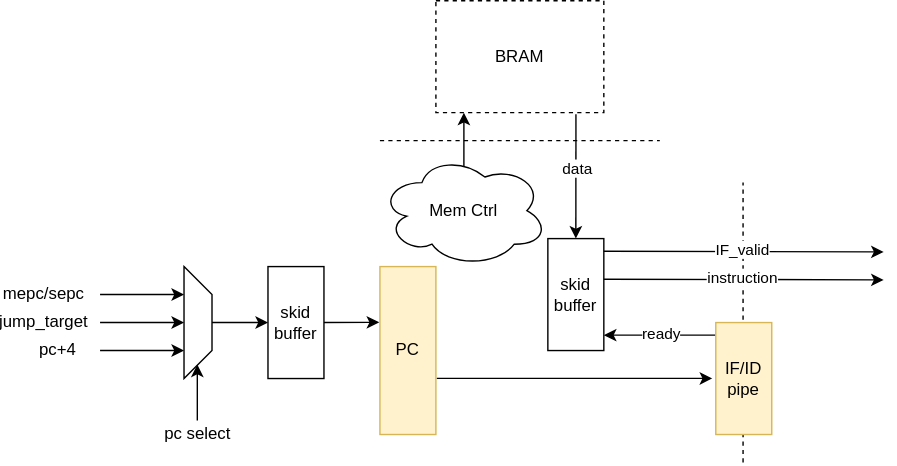
The draw.io diagram docs/cpu/assets/cpu/IF.drawio.svg in feipenghhq/TinyLinuxRV, before a commit. Source tidied: cells renumbered, new cells last; positions are measured from the earlier drawing's top-left corner, leaving out a move shared by most shapes. Its diagram source:
```xml
<mxGraphModel>
  <root>
    <mxCell id="0" />
    <mxCell id="1" parent="0" />
    <mxCell id="2" style="endArrow=none;dashed=1;html=1;" parent="1" edge="1">
      <mxGeometry relative="1" as="geometry">
        <mxPoint x="529.5" y="330" as="sourcePoint" />
        <mxPoint x="529.5" y="130" as="targetPoint" />
      </mxGeometry>
    </mxCell>
    <mxCell id="3" value="PC" style="rounded=0;whiteSpace=wrap;html=1;fillColor=#fff2cc;strokeColor=#d6b656;" parent="1" vertex="1">
      <mxGeometry x="270" y="190" width="40" height="120" as="geometry" />
    </mxCell>
    <mxCell id="4" style="shape=trapezoid;perimeter=trapezoidPerimeter;whiteSpace=wrap;html=1;shapeInside=1;fixedSize=1;rotation=90;" parent="1" vertex="1">
      <mxGeometry x="100" y="220" width="80" height="20" as="geometry" />
    </mxCell>
    <mxCell id="5" style="endArrow=classic;html=1;" parent="1" edge="1">
      <mxGeometry relative="1" as="geometry">
        <mxPoint x="70" y="210" as="sourcePoint" />
        <mxPoint x="130" y="210" as="targetPoint" />
      </mxGeometry>
    </mxCell>
    <mxCell id="6" style="endArrow=classic;html=1;" parent="1" edge="1">
      <mxGeometry relative="1" as="geometry">
        <mxPoint x="70" y="230" as="sourcePoint" />
        <mxPoint x="130" y="230" as="targetPoint" />
      </mxGeometry>
    </mxCell>
    <mxCell id="7" style="endArrow=classic;html=1;" parent="1" edge="1">
      <mxGeometry relative="1" as="geometry">
        <mxPoint x="70" y="250" as="sourcePoint" />
        <mxPoint x="130" y="250" as="targetPoint" />
      </mxGeometry>
    </mxCell>
    <mxCell id="8" value="pc+4" style="text;html=1;whiteSpace=wrap;strokeColor=none;fillColor=none;align=center;verticalAlign=middle;rounded=0;" parent="1" vertex="1">
      <mxGeometry x="10" y="240" width="60" height="20" as="geometry" />
    </mxCell>
    <mxCell id="9" value="jump_target" style="text;html=1;whiteSpace=wrap;strokeColor=none;fillColor=none;align=center;verticalAlign=middle;rounded=0;" parent="1" vertex="1">
      <mxGeometry y="220" width="60" height="20" as="geometry" />
    </mxCell>
    <mxCell id="10" value="mepc/sepc" style="text;html=1;whiteSpace=wrap;strokeColor=none;fillColor=none;align=center;verticalAlign=middle;rounded=0;" parent="1" vertex="1">
      <mxGeometry y="200" width="60" height="20" as="geometry" />
    </mxCell>
    <mxCell id="11" style="endArrow=classic;html=1;" parent="1" edge="1">
      <mxGeometry relative="1" as="geometry">
        <mxPoint x="139.5" y="300" as="sourcePoint" />
        <mxPoint x="139.5" y="260" as="targetPoint" />
      </mxGeometry>
    </mxCell>
    <mxCell id="12" value="pc select" style="text;html=1;whiteSpace=wrap;strokeColor=none;fillColor=none;align=center;verticalAlign=middle;rounded=0;" parent="1" vertex="1">
      <mxGeometry x="110" y="300" width="60" height="20" as="geometry" />
    </mxCell>
    <mxCell id="13" value="skid buffer" style="rounded=0;whiteSpace=wrap;html=1;" parent="1" vertex="1">
      <mxGeometry x="390" y="170" width="40" height="80" as="geometry" />
    </mxCell>
    <mxCell id="14" style="endArrow=classic;html=1;endFill=1;" parent="1" edge="1">
      <mxGeometry relative="1" as="geometry">
        <mxPoint x="510" y="239" as="sourcePoint" />
        <mxPoint x="430" y="239" as="targetPoint" />
      </mxGeometry>
    </mxCell>
    <mxCell id="15" value="ready" style="edgeLabel;html=1;align=center;verticalAlign=middle;" parent="14" vertex="1">
      <mxGeometry x="0.72" y="-2" relative="1" as="geometry">
        <mxPoint x="29" as="offset" />
      </mxGeometry>
    </mxCell>
    <mxCell id="16" style="endArrow=classic;html=1;" parent="1" edge="1">
      <mxGeometry relative="1" as="geometry">
        <mxPoint x="430" y="199" as="sourcePoint" />
        <mxPoint x="630" y="199.5" as="targetPoint" />
      </mxGeometry>
    </mxCell>
    <mxCell id="17" value="instruction" style="edgeLabel;html=1;align=center;verticalAlign=middle;" parent="16" vertex="1">
      <mxGeometry x="0.07" y="2" relative="1" as="geometry">
        <mxPoint x="-9" as="offset" />
      </mxGeometry>
    </mxCell>
    <mxCell id="18" style="endArrow=classic;html=1;" parent="1" edge="1">
      <mxGeometry relative="1" as="geometry">
        <mxPoint x="430" y="179" as="sourcePoint" />
        <mxPoint x="630" y="179.5" as="targetPoint" />
      </mxGeometry>
    </mxCell>
    <mxCell id="19" value="IF_valid" style="edgeLabel;html=1;align=center;verticalAlign=middle;" parent="18" vertex="1">
      <mxGeometry x="0.07" y="2" relative="1" as="geometry">
        <mxPoint x="-9" as="offset" />
      </mxGeometry>
    </mxCell>
    <mxCell id="20" value="IF/ID pipe" style="rounded=0;whiteSpace=wrap;html=1;fillColor=#fff2cc;strokeColor=#d6b656;" parent="1" vertex="1">
      <mxGeometry x="510" y="230" width="40" height="80" as="geometry" />
    </mxCell>
    <mxCell id="21" style="endArrow=classic;html=1;exitX=1.017;exitY=0.666;exitDx=0;exitDy=0;exitPerimeter=0;" parent="1" edge="1" source="3">
      <mxGeometry relative="1" as="geometry">
        <mxPoint x="507.5" y="269.9" as="targetPoint" />
      </mxGeometry>
    </mxCell>
    <mxCell id="22" style="endArrow=classic;html=1;" parent="1" edge="1">
      <mxGeometry relative="1" as="geometry">
        <mxPoint x="330" y="130" as="sourcePoint" />
        <mxPoint x="330" y="80" as="targetPoint" />
      </mxGeometry>
    </mxCell>
    <mxCell id="23" value="BRAM" style="rounded=0;whiteSpace=wrap;html=1;dashed=1;" parent="1" vertex="1">
      <mxGeometry x="310" width="120" height="80" as="geometry" />
    </mxCell>
    <mxCell id="24" style="endArrow=classic;html=1;entryX=0.5;entryY=0;entryDx=0;entryDy=0;exitX=0.834;exitY=1.014;exitDx=0;exitDy=0;exitPerimeter=0;" parent="1" edge="1" source="23" target="13">
      <mxGeometry relative="1" as="geometry" />
    </mxCell>
    <mxCell id="25" value="data" style="edgeLabel;html=1;align=center;verticalAlign=middle;" parent="24" vertex="1">
      <mxGeometry x="0.1" relative="1" as="geometry">
        <mxPoint y="-11" as="offset" />
      </mxGeometry>
    </mxCell>
    <mxCell id="26" style="endArrow=none;dashed=1;html=1;" parent="1" edge="1">
      <mxGeometry relative="1" as="geometry">
        <mxPoint x="270" y="100" as="sourcePoint" />
        <mxPoint x="470" y="100" as="targetPoint" />
      </mxGeometry>
    </mxCell>
    <mxCell id="27" value="skid buffer" style="rounded=0;whiteSpace=wrap;html=1;" parent="1" vertex="1">
      <mxGeometry x="190" y="190" width="40" height="80" as="geometry" />
    </mxCell>
    <mxCell id="28" style="edgeStyle=none;html=1;" parent="1" edge="1" source="4" target="27">
      <mxGeometry relative="1" as="geometry" />
    </mxCell>
    <mxCell id="29" style="edgeStyle=none;html=1;entryX=-0.012;entryY=0.332;entryDx=0;entryDy=0;entryPerimeter=0;" parent="1" edge="1" source="27" target="3">
      <mxGeometry relative="1" as="geometry" />
    </mxCell>
    <mxCell id="30" value="Mem Ctrl" style="ellipse;shape=cloud;whiteSpace=wrap;html=1;" parent="1" vertex="1">
      <mxGeometry x="270" y="110" width="120" height="80" as="geometry" />
    </mxCell>
  </root>
</mxGraphModel>
```
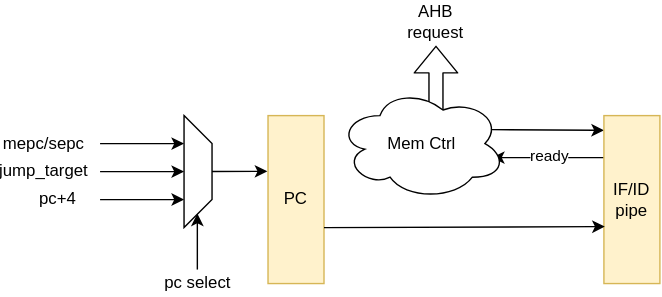
Later version of the same file.

Diff of the diagram source:
```diff
@@ -2,14 +2,14 @@
   <root>
     <mxCell id="0" />
     <mxCell id="1" parent="0" />
-    <mxCell id="2" style="endArrow=none;dashed=1;html=1;" parent="1" edge="1">
-      <mxGeometry relative="1" as="geometry">
-        <mxPoint x="529.5" y="330" as="sourcePoint" />
-        <mxPoint x="529.5" y="130" as="targetPoint" />
-      </mxGeometry>
-    </mxCell>
+    <mxCell id="31" style="shape=flexArrow;endArrow=classic;html=1;" parent="1" edge="1">
+      <mxGeometry relative="1" as="geometry">
+        <mxPoint x="310" y="190" as="sourcePoint" />
+        <mxPoint x="310" y="140" as="targetPoint" />
+      </mxGeometry>
+    </mxCell>
     <mxCell id="3" value="PC" style="rounded=0;whiteSpace=wrap;html=1;fillColor=#fff2cc;strokeColor=#d6b656;" parent="1" vertex="1">
-      <mxGeometry x="270" y="190" width="40" height="120" as="geometry" />
+      <mxGeometry x="190" y="190" width="40" height="120" as="geometry" />
     </mxCell>
     <mxCell id="4" style="shape=trapezoid;perimeter=trapezoidPerimeter;whiteSpace=wrap;html=1;shapeInside=1;fixedSize=1;rotation=90;" parent="1" vertex="1">
       <mxGeometry x="100" y="220" width="80" height="20" as="geometry" />
@@ -50,13 +50,9 @@
     <mxCell id="12" value="pc select" style="text;html=1;whiteSpace=wrap;strokeColor=none;fillColor=none;align=center;verticalAlign=middle;rounded=0;" parent="1" vertex="1">
       <mxGeometry x="110" y="300" width="60" height="20" as="geometry" />
     </mxCell>
-    <mxCell id="13" value="skid buffer" style="rounded=0;whiteSpace=wrap;html=1;" parent="1" vertex="1">
-      <mxGeometry x="390" y="170" width="40" height="80" as="geometry" />
-    </mxCell>
-    <mxCell id="14" style="endArrow=classic;html=1;endFill=1;" parent="1" edge="1">
+    <mxCell id="14" style="endArrow=classic;html=1;endFill=1;exitX=0;exitY=0.25;exitDx=0;exitDy=0;" parent="1" edge="1" source="20">
       <mxGeometry relative="1" as="geometry">
-        <mxPoint x="510" y="239" as="sourcePoint" />
-        <mxPoint x="430" y="239" as="targetPoint" />
+        <mxPoint x="350" y="220" as="targetPoint" />
       </mxGeometry>
     </mxCell>
     <mxCell id="15" value="ready" style="edgeLabel;html=1;align=center;verticalAlign=middle;" parent="14" vertex="1">
@@ -64,70 +60,30 @@
         <mxPoint x="29" as="offset" />
       </mxGeometry>
     </mxCell>
-    <mxCell id="16" style="endArrow=classic;html=1;" parent="1" edge="1">
-      <mxGeometry relative="1" as="geometry">
-        <mxPoint x="430" y="199" as="sourcePoint" />
-        <mxPoint x="630" y="199.5" as="targetPoint" />
-      </mxGeometry>
-    </mxCell>
-    <mxCell id="17" value="instruction" style="edgeLabel;html=1;align=center;verticalAlign=middle;" parent="16" vertex="1">
-      <mxGeometry x="0.07" y="2" relative="1" as="geometry">
-        <mxPoint x="-9" as="offset" />
-      </mxGeometry>
-    </mxCell>
     <mxCell id="18" style="endArrow=classic;html=1;" parent="1" edge="1">
       <mxGeometry relative="1" as="geometry">
-        <mxPoint x="430" y="179" as="sourcePoint" />
-        <mxPoint x="630" y="179.5" as="targetPoint" />
+        <mxPoint x="350" y="200" as="sourcePoint" />
+        <mxPoint x="430" y="200.5" as="targetPoint" />
       </mxGeometry>
     </mxCell>
-    <mxCell id="19" value="IF_valid" style="edgeLabel;html=1;align=center;verticalAlign=middle;" parent="18" vertex="1">
-      <mxGeometry x="0.07" y="2" relative="1" as="geometry">
-        <mxPoint x="-9" as="offset" />
-      </mxGeometry>
-    </mxCell>
     <mxCell id="20" value="IF/ID pipe" style="rounded=0;whiteSpace=wrap;html=1;fillColor=#fff2cc;strokeColor=#d6b656;" parent="1" vertex="1">
-      <mxGeometry x="510" y="230" width="40" height="80" as="geometry" />
+      <mxGeometry x="430" y="190" width="40" height="120" as="geometry" />
     </mxCell>
-    <mxCell id="21" style="endArrow=classic;html=1;exitX=1.017;exitY=0.666;exitDx=0;exitDy=0;exitPerimeter=0;" parent="1" edge="1" source="3">
-      <mxGeometry relative="1" as="geometry">
-        <mxPoint x="507.5" y="269.9" as="targetPoint" />
-      </mxGeometry>
-    </mxCell>
-    <mxCell id="22" style="endArrow=classic;html=1;" parent="1" edge="1">
-      <mxGeometry relative="1" as="geometry">
-        <mxPoint x="330" y="130" as="sourcePoint" />
-        <mxPoint x="330" y="80" as="targetPoint" />
-      </mxGeometry>
-    </mxCell>
-    <mxCell id="23" value="BRAM" style="rounded=0;whiteSpace=wrap;html=1;dashed=1;" parent="1" vertex="1">
-      <mxGeometry x="310" width="120" height="80" as="geometry" />
-    </mxCell>
-    <mxCell id="24" style="endArrow=classic;html=1;entryX=0.5;entryY=0;entryDx=0;entryDy=0;exitX=0.834;exitY=1.014;exitDx=0;exitDy=0;exitPerimeter=0;" parent="1" edge="1" source="23" target="13">
-      <mxGeometry relative="1" as="geometry" />
-    </mxCell>
-    <mxCell id="25" value="data" style="edgeLabel;html=1;align=center;verticalAlign=middle;" parent="24" vertex="1">
-      <mxGeometry x="0.1" relative="1" as="geometry">
-        <mxPoint y="-11" as="offset" />
-      </mxGeometry>
-    </mxCell>
-    <mxCell id="26" style="endArrow=none;dashed=1;html=1;" parent="1" edge="1">
-      <mxGeometry relative="1" as="geometry">
-        <mxPoint x="270" y="100" as="sourcePoint" />
-        <mxPoint x="470" y="100" as="targetPoint" />
-      </mxGeometry>
-    </mxCell>
-    <mxCell id="27" value="skid buffer" style="rounded=0;whiteSpace=wrap;html=1;" parent="1" vertex="1">
-      <mxGeometry x="190" y="190" width="40" height="80" as="geometry" />
-    </mxCell>
-    <mxCell id="28" style="edgeStyle=none;html=1;" parent="1" edge="1" source="4" target="27">
-      <mxGeometry relative="1" as="geometry" />
-    </mxCell>
-    <mxCell id="29" style="edgeStyle=none;html=1;entryX=-0.012;entryY=0.332;entryDx=0;entryDy=0;entryPerimeter=0;" parent="1" edge="1" source="27" target="3">
-      <mxGeometry relative="1" as="geometry" />
+    <mxCell id="29" style="edgeStyle=none;html=1;entryX=-0.012;entryY=0.332;entryDx=0;entryDy=0;entryPerimeter=0;" parent="1" edge="1" target="3">
+      <mxGeometry relative="1" as="geometry">
+        <mxPoint x="150" y="229.9" as="sourcePoint" />
+      </mxGeometry>
     </mxCell>
     <mxCell id="30" value="Mem Ctrl" style="ellipse;shape=cloud;whiteSpace=wrap;html=1;" parent="1" vertex="1">
-      <mxGeometry x="270" y="110" width="120" height="80" as="geometry" />
+      <mxGeometry x="240" y="170" width="120" height="80" as="geometry" />
     </mxCell>
+    <mxCell id="32" style="endArrow=classic;html=1;entryX=0.015;entryY=0.661;entryDx=0;entryDy=0;entryPerimeter=0;" parent="1" edge="1" target="20">
+      <mxGeometry relative="1" as="geometry">
+        <mxPoint x="230" y="270" as="sourcePoint" />
+      </mxGeometry>
+    </mxCell>
+    <mxCell id="33" value="AHB request" style="text;html=1;whiteSpace=wrap;strokeColor=none;fillColor=none;align=center;verticalAlign=middle;rounded=0;" parent="1" vertex="1">
+      <mxGeometry x="280" y="108" width="60" height="30" as="geometry" />
+    </mxCell>
   </root>
 </mxGraphModel>
```
